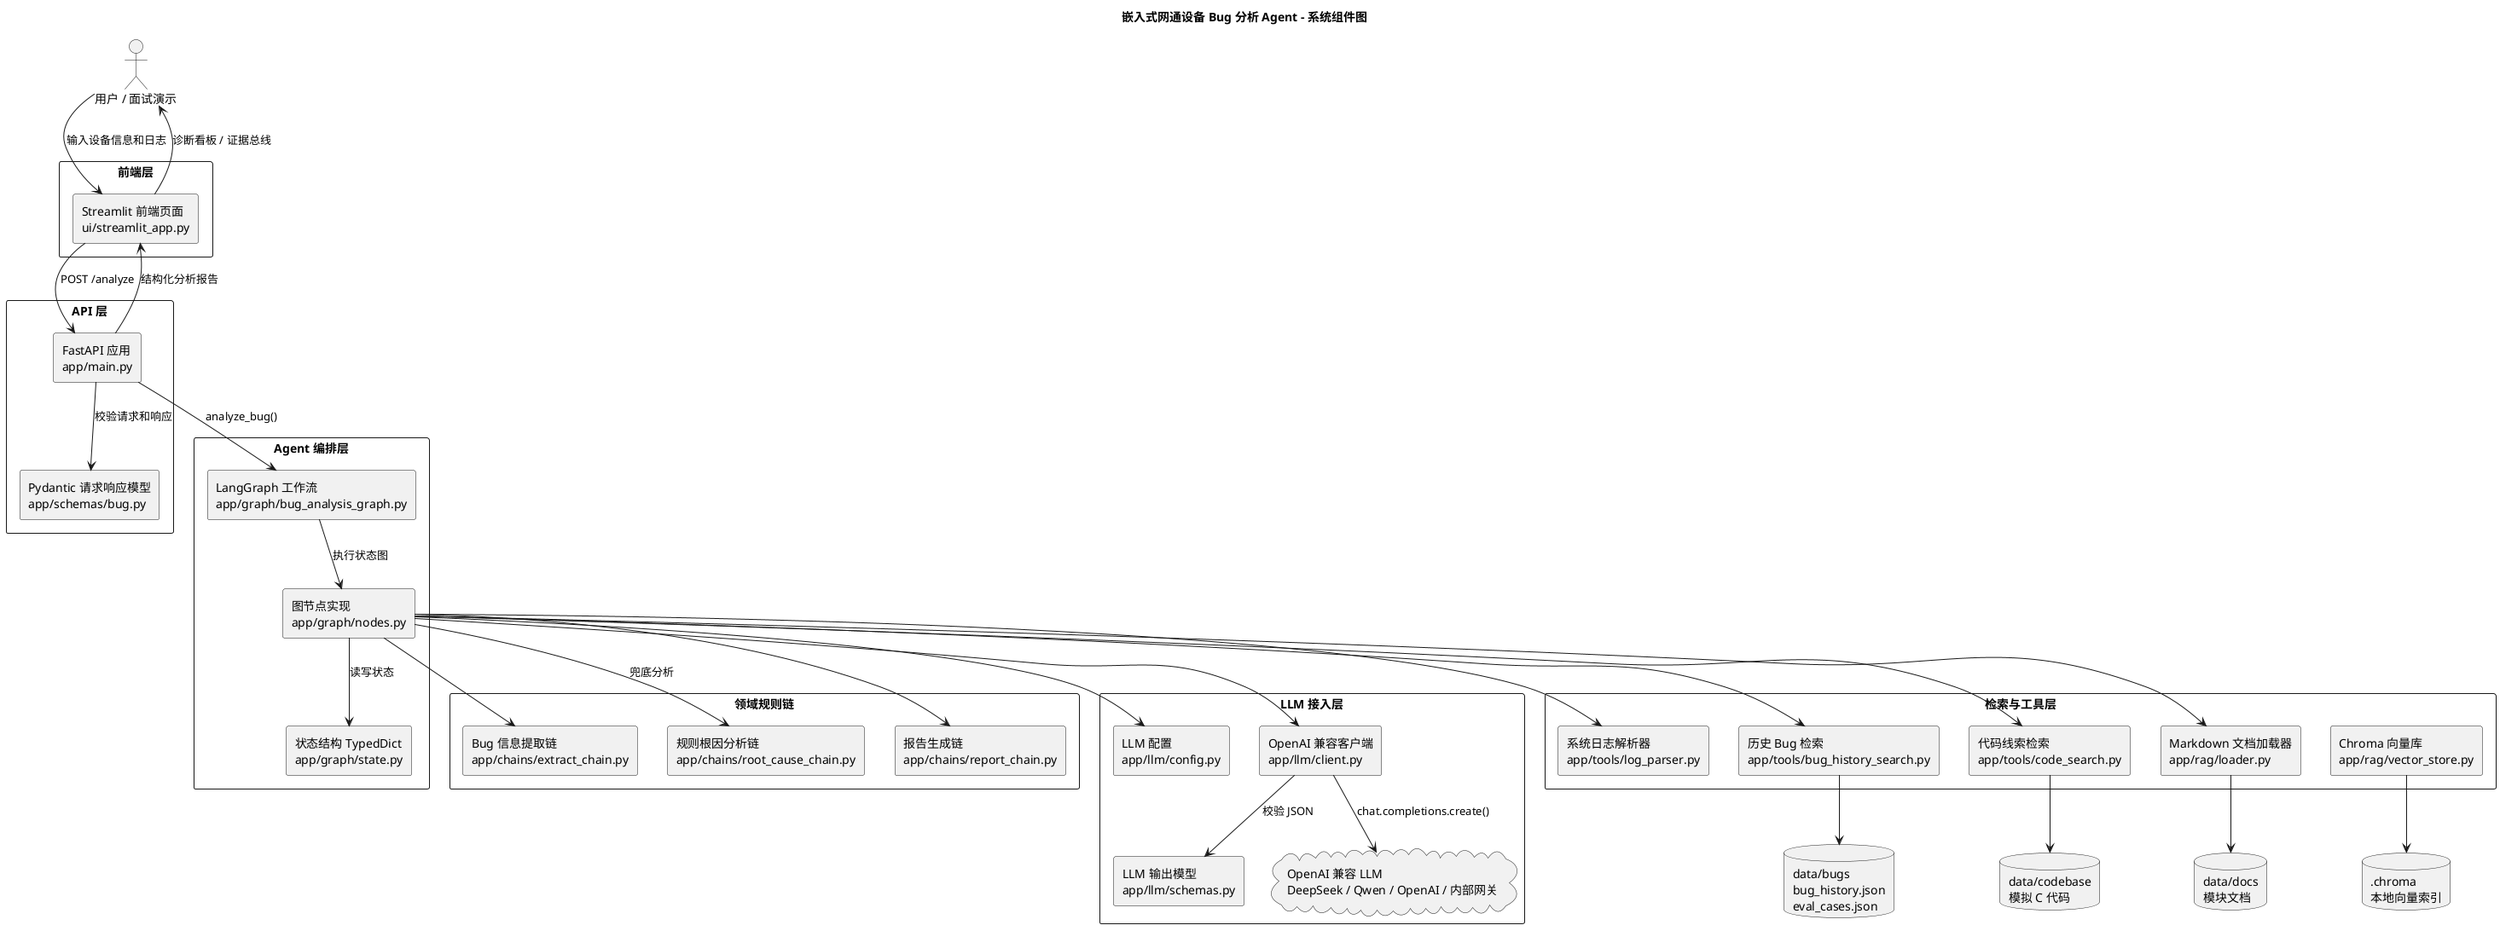
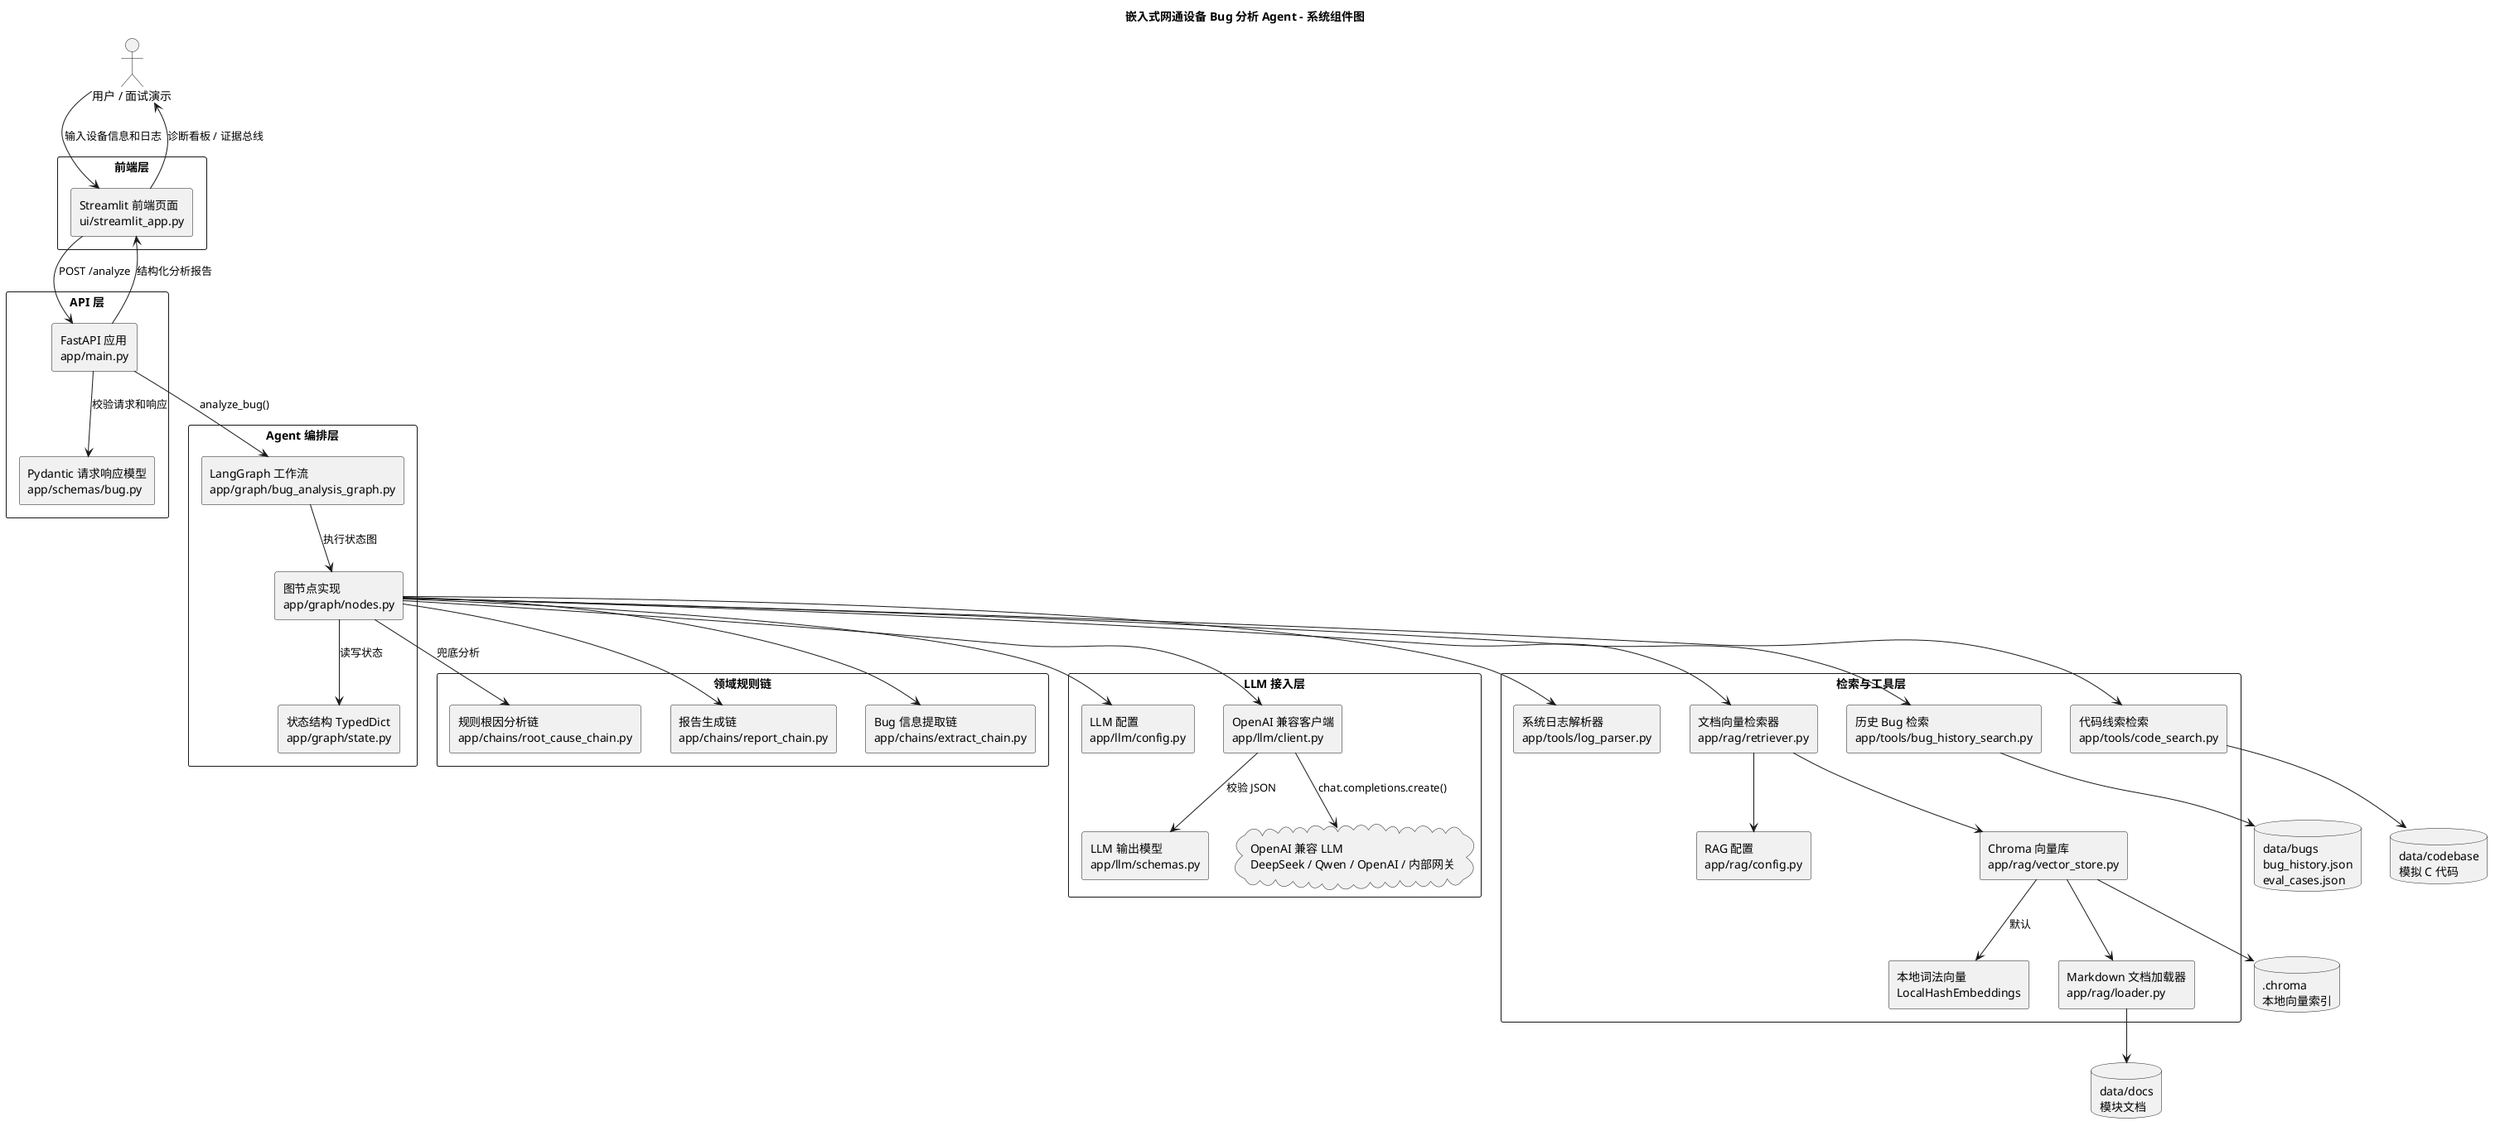
@startuml
title 嵌入式网通设备 Bug 分析 Agent - 系统组件图

skinparam componentStyle rectangle
skinparam packageStyle rectangle
skinparam shadowing false

actor "用户 / 面试演示" as User

package "前端层" {
  component "Streamlit 前端页面\nui/streamlit_app.py" as UI
}

package "API 层" {
  component "FastAPI 应用\napp/main.py" as API
  component "Pydantic 请求响应模型\napp/schemas/bug.py" as Schemas
}

package "Agent 编排层" {
  component "LangGraph 工作流\napp/graph/bug_analysis_graph.py" as Graph
  component "图节点实现\napp/graph/nodes.py" as Nodes
  component "状态结构 TypedDict\napp/graph/state.py" as State
}

package "领域规则链" {
  component "Bug 信息提取链\napp/chains/extract_chain.py" as Extract
  component "规则根因分析链\napp/chains/root_cause_chain.py" as RuleCause
  component "报告生成链\napp/chains/report_chain.py" as Report
}

package "LLM 接入层" {
  component "LLM 配置\napp/llm/config.py" as LLMConfig
  component "OpenAI 兼容客户端\napp/llm/client.py" as LLMClient
  component "LLM 输出模型\napp/llm/schemas.py" as LLMSchemas
  cloud "OpenAI 兼容 LLM\nDeepSeek / Qwen / OpenAI / 内部网关" as LLM
}

package "检索与工具层" {
  component "系统日志解析器\napp/tools/log_parser.py" as LogParser
  component "历史 Bug 检索\napp/tools/bug_history_search.py" as BugSearch
  component "代码线索检索\napp/tools/code_search.py" as CodeSearch
+   component "RAG 配置\napp/rag/config.py" as RAGConfig
  component "Markdown 文档加载器\napp/rag/loader.py" as Loader
+   component "文档向量检索器\napp/rag/retriever.py" as Retriever
  component "Chroma 向量库\napp/rag/vector_store.py" as VectorStore
+   component "本地词法向量\nLocalHashEmbeddings" as LocalEmbedding
}

database "data/bugs\nbug_history.json\neval_cases.json" as BugData
database "data/docs\n模块文档" as Docs
database "data/codebase\n模拟 C 代码" as CodeData
database ".chroma\n本地向量索引" as Chroma

User --> UI : 输入设备信息和日志
UI --> API : POST /analyze
API --> Schemas : 校验请求和响应
API --> Graph : analyze_bug()
Graph --> Nodes : 执行状态图
Nodes --> State : 读写状态

Nodes --> Extract
Nodes --> LogParser
Nodes --> BugSearch
Nodes --> CodeSearch
- Nodes --> Loader
+ Nodes --> Retriever
Nodes --> LLMConfig
Nodes --> LLMClient
Nodes --> RuleCause : 兜底分析
Nodes --> Report

LLMClient --> LLMSchemas : 校验 JSON
LLMClient --> LLM : chat.completions.create()

BugSearch --> BugData
CodeSearch --> CodeData
Loader --> Docs
+ Retriever --> RAGConfig
+ Retriever --> VectorStore
+ VectorStore --> Loader
+ VectorStore --> LocalEmbedding : 默认
VectorStore --> Chroma

API --> UI : 结构化分析报告
UI --> User : 诊断看板 / 证据总线

@enduml
